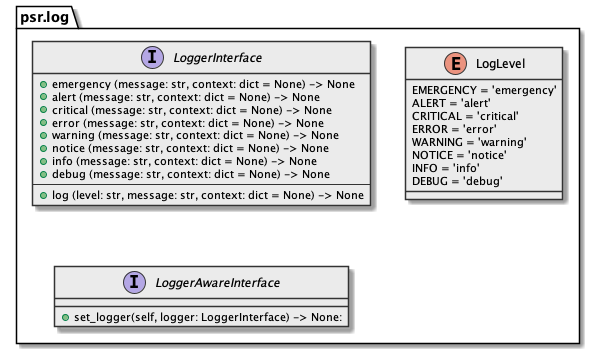
md-py/psr.log keeps this PlantUML diagram as docs/_static/architecture.class-diagram.png. Above is the earlier version.
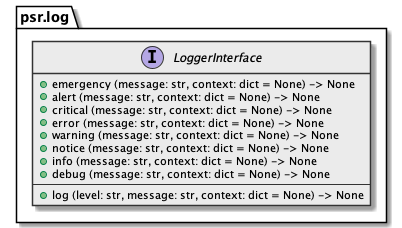
The same diagram one commit later.

Commit message:
redesign: remove `LogLevel` enum class and `LoggerAwareInterface` interface

What changed in the source:
```diff
@@ -21,21 +21,6 @@
     ---
     + log (level: str, message: str, context: dict = None) -> None
   }
-
-  enum LogLevel {
-    EMERGENCY = 'emergency'
-    ALERT = 'alert'
-    CRITICAL = 'critical'
-    ERROR = 'error'
-    WARNING = 'warning'
-    NOTICE = 'notice'
-    INFO = 'info'
-    DEBUG = 'debug'
-  }
-
-  interface LoggerAwareInterface {
-    + set_logger(self, logger: LoggerInterface) -> None:
-  }
 }
 
 @enduml
```
